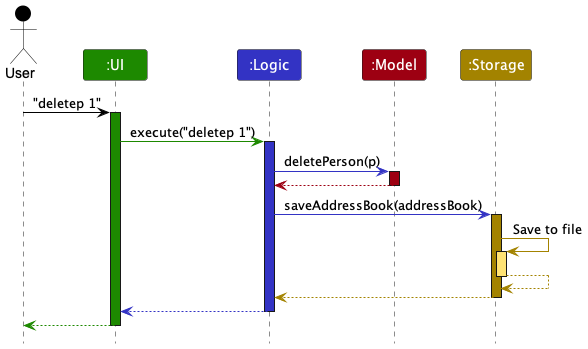
Above: docs/images/ArchitectureSequenceDiagram.png in nus-cs2103-AY2223S2/tp (PlantUML), before the change.
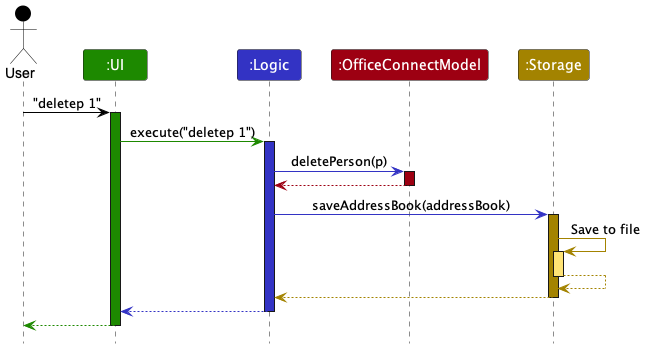
After the change.

What changed in the source:
```diff
@@ -4,7 +4,7 @@
 Actor User as user USER_COLOR
 Participant ":UI" as ui UI_COLOR
 Participant ":Logic" as logic LOGIC_COLOR
-Participant ":Model" as model MODEL_COLOR
+Participant ":OfficeConnectModel" as model MODEL_COLOR
 Participant ":Storage" as storage STORAGE_COLOR
 
 user -[USER_COLOR]> ui : "deletep 1"
```
